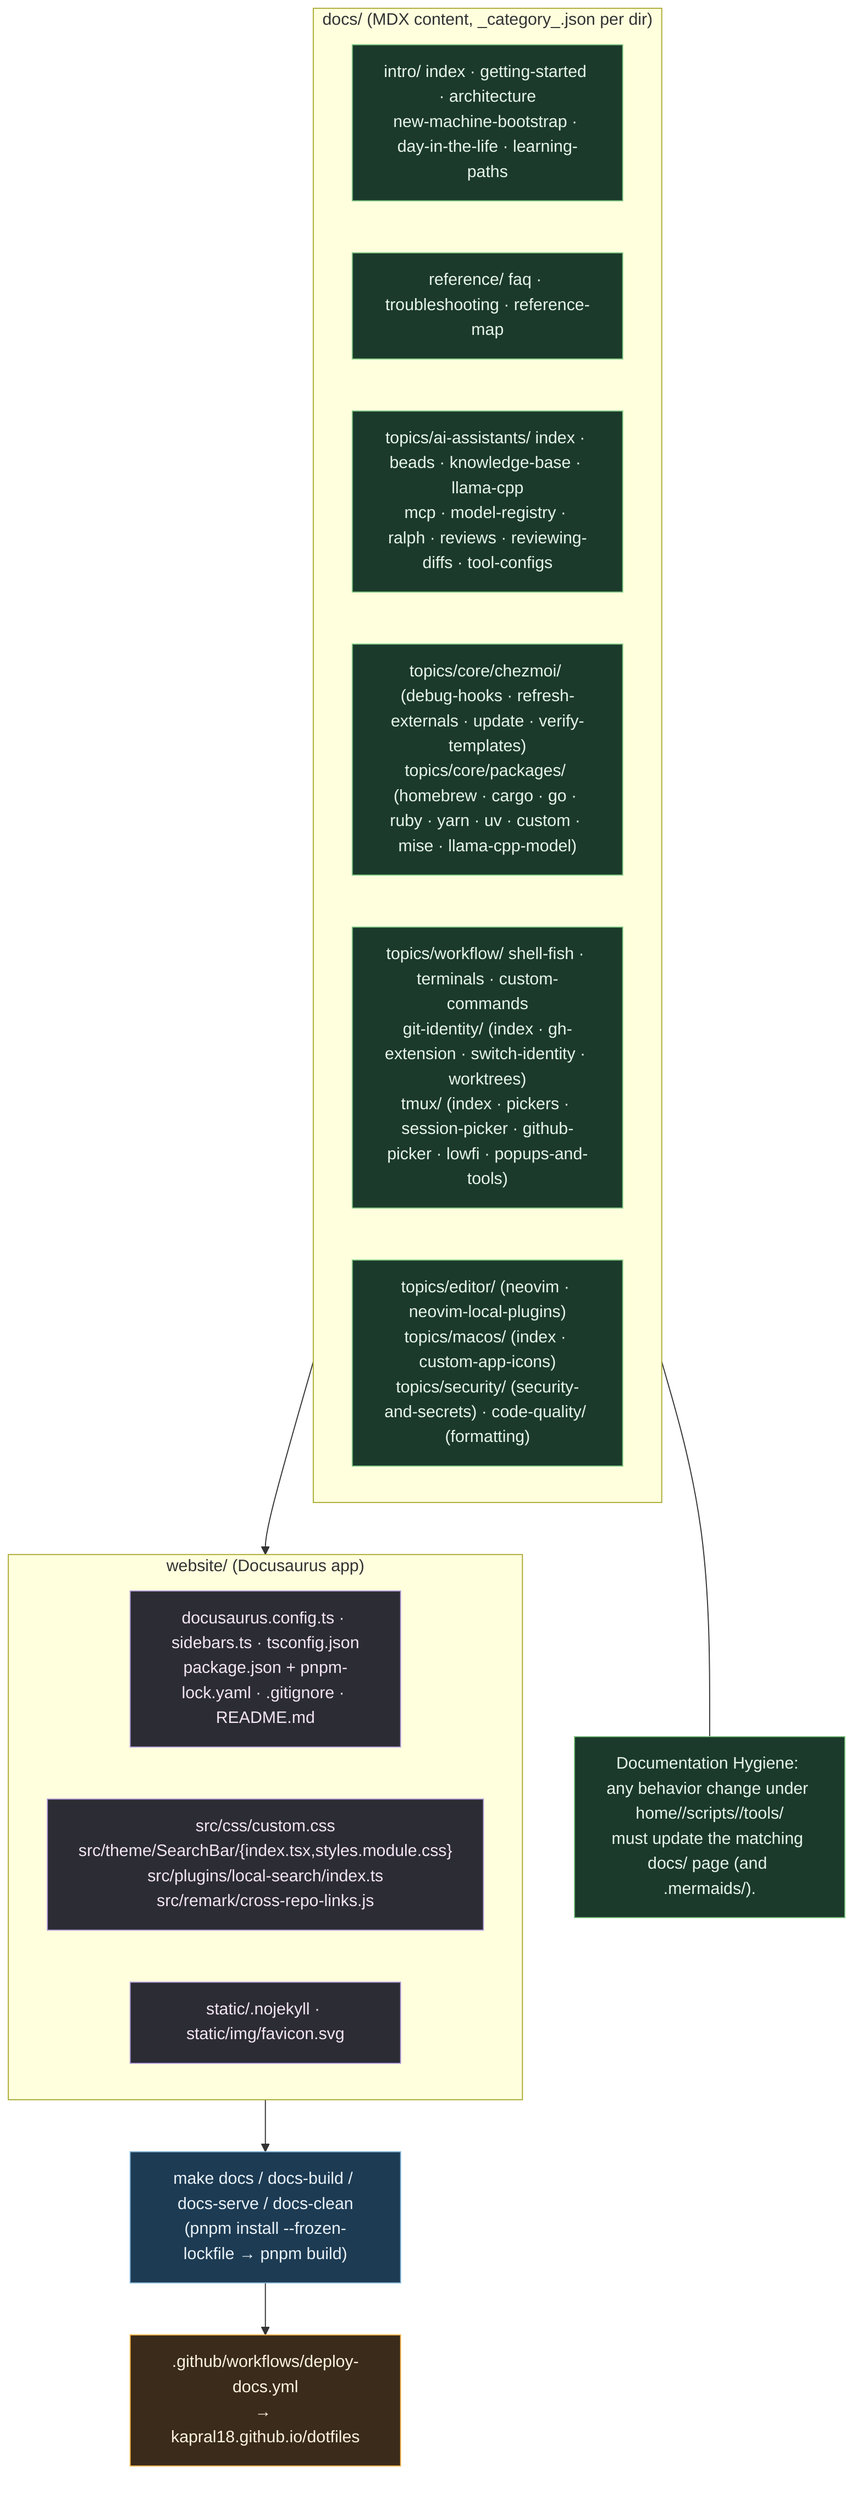
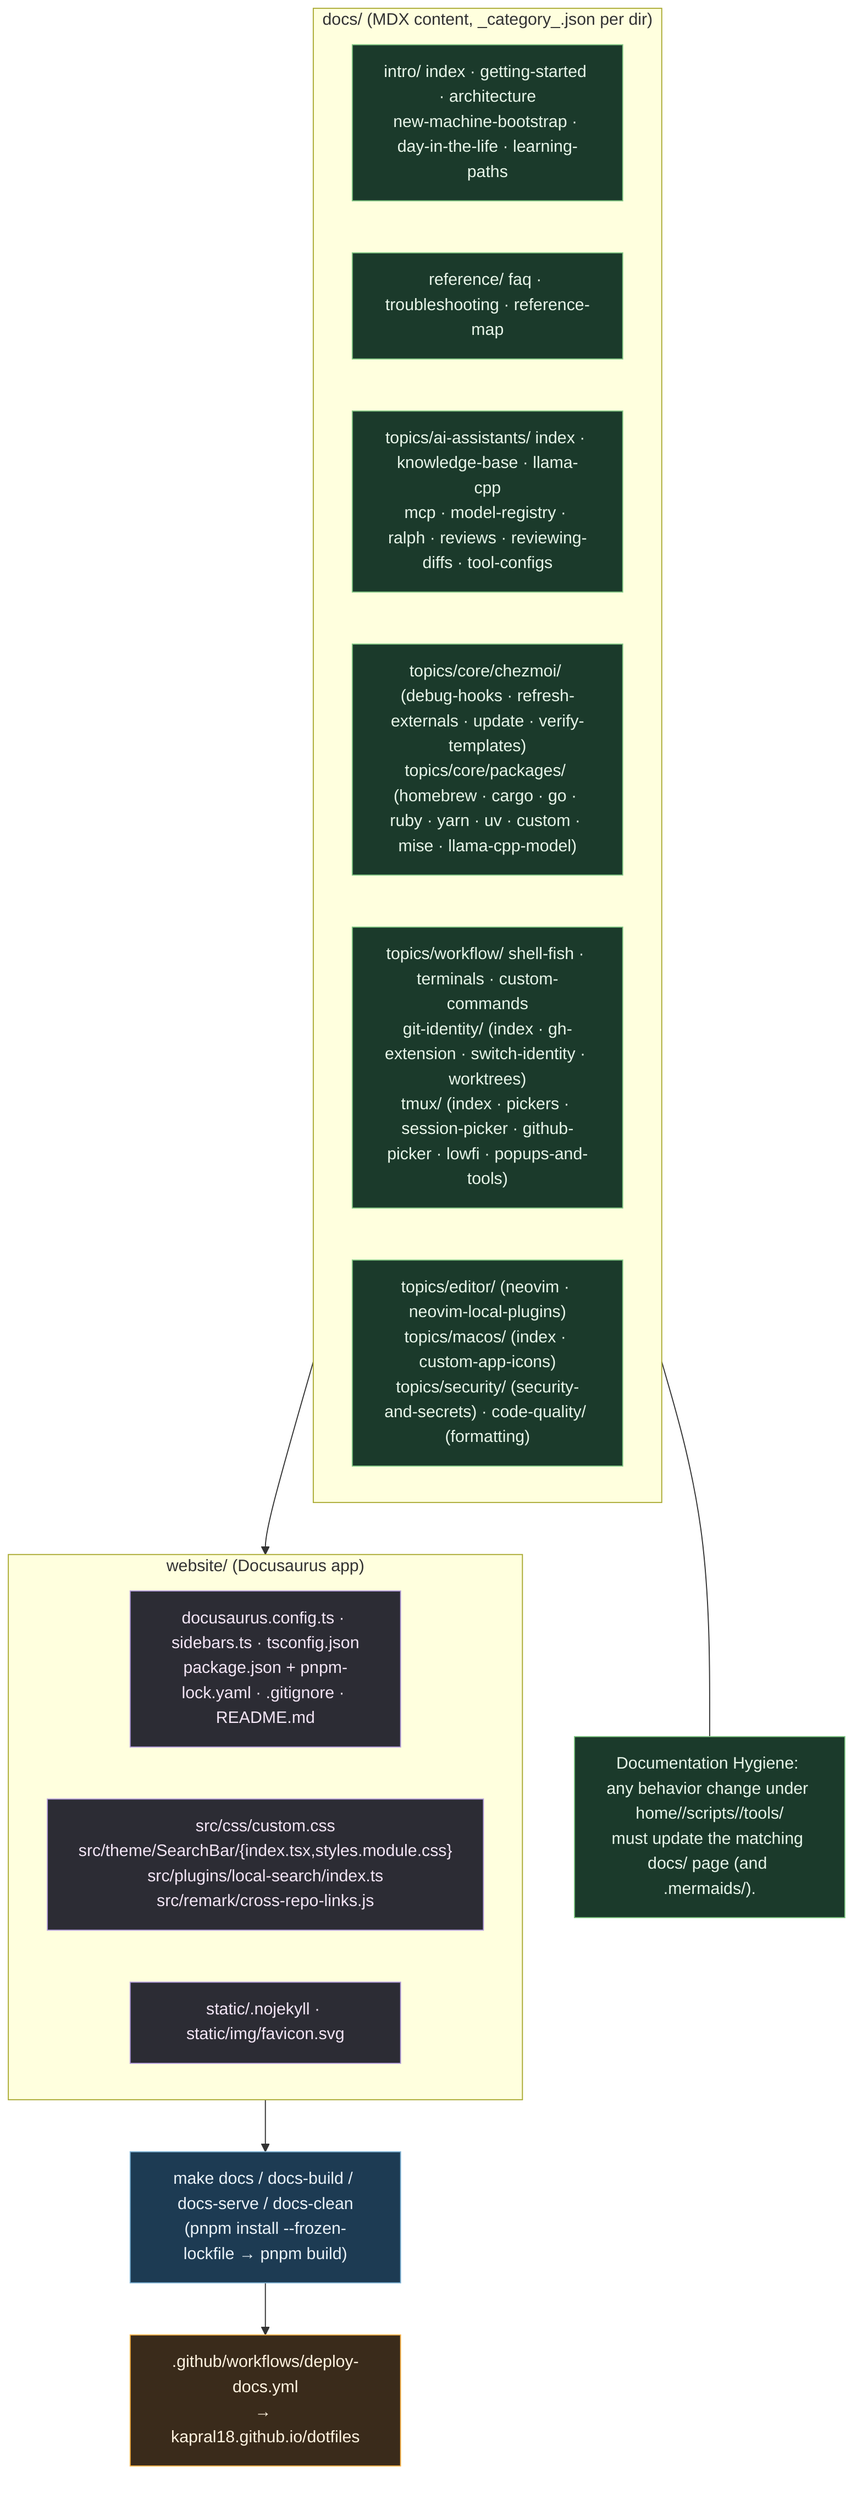
%% ============================================================================
%% 10-docs-and-repo-meta.mmd — Docusaurus site (website/ + docs/) and how it
%% ships. docs/ = MDX content; website/ = build/theme; deployed to GitHub Pages.
%% Every docs page + every website source file named.
%% ============================================================================
flowchart TB
    classDef site fill:#1d3b53,stroke:#7fb3d5,color:#eaf2f8;
    classDef content fill:#1b3a2b,stroke:#81c784,color:#e8f5e9;
    classDef build fill:#2c2c34,stroke:#b39ddb,color:#f3e5f5;
    classDef ci fill:#3a2b1b,stroke:#ffb74d,color:#fff3e0;

    subgraph WEBSITE["website/ (Docusaurus app)"]
        CFG["docusaurus.config.ts · sidebars.ts · tsconfig.json<br/>package.json + pnpm-lock.yaml · .gitignore · README.md"]:::build
        SRC["src/css/custom.css<br/>src/theme/SearchBar/{index.tsx,styles.module.css}<br/>src/plugins/local-search/index.ts<br/>src/remark/cross-repo-links.js"]:::build
        STATIC["static/.nojekyll · static/img/favicon.svg"]:::build
    end

    subgraph DOCS["docs/ (MDX content, _category_.json per dir)"]
        INTRO["intro/ index · getting-started · architecture<br/>new-machine-bootstrap · day-in-the-life · learning-paths"]:::content
        REF["reference/ faq · troubleshooting · reference-map"]:::content
-         TAI["topics/ai-assistants/ index · beads · knowledge-base · llama-cpp<br/>mcp · model-registry · ralph · reviews · reviewing-diffs · tool-configs"]:::content
+         TAI["topics/ai-assistants/ index · knowledge-base · llama-cpp<br/>mcp · model-registry · ralph · reviews · reviewing-diffs · tool-configs"]:::content
        TCORE["topics/core/chezmoi/ (debug-hooks · refresh-externals · update · verify-templates)<br/>topics/core/packages/ (homebrew · cargo · go · ruby · yarn · uv · custom · mise · llama-cpp-model)"]:::content
        TWORK["topics/workflow/ shell-fish · terminals · custom-commands<br/>git-identity/ (index · gh-extension · switch-identity · worktrees)<br/>tmux/ (index · pickers · session-picker · github-picker · lowfi · popups-and-tools)"]:::content
        TMISC["topics/editor/ (neovim · neovim-local-plugins)<br/>topics/macos/ (index · custom-app-icons)<br/>topics/security/ (security-and-secrets) · code-quality/ (formatting)"]:::content
    end

    DOCS --> WEBSITE
    WEBSITE --> BUILD["make docs / docs-build / docs-serve / docs-clean<br/>(pnpm install --frozen-lockfile → pnpm build)"]:::site
    BUILD --> CI[".github/workflows/deploy-docs.yml<br/>→ kapral18.github.io/dotfiles"]:::ci

    NOTE["Documentation Hygiene: any behavior change under home//scripts//tools/<br/>must update the matching docs/ page (and .mermaids/)."]:::content
    DOCS --- NOTE
